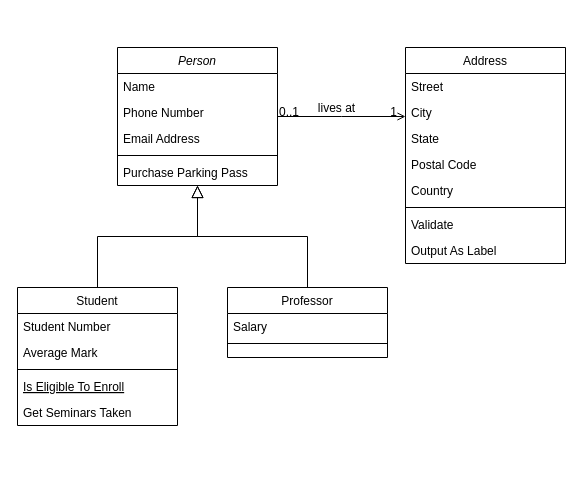
Before: Diagrama sem nome.drawio in gustavo-plc/atlas, a draw.io diagram. Source tidied: cells renumbered, new cells numbered last; positions are measured from the earlier drawing's top-left corner, leaving out a move shared by most shapes. Both pictures are drawn from the tidied source at 100%, with x=0, y=0 at pixel (17, 47).
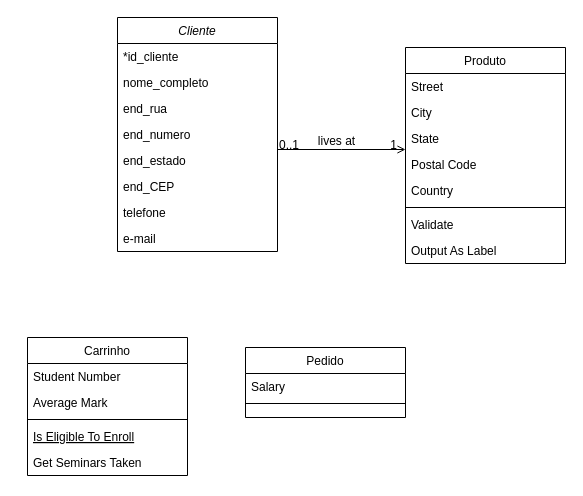
The same page after the edit.

Change to the diagram source:
```diff
@@
-    <mxCell id="2" value="Person" style="swimlane;fontStyle=2;align=center;verticalAlign=top;horizontal=1;startSize=26;rounded=0;shadow=0;strokeWidth=1;" parent="1" vertex="1">
-      <mxGeometry x="100" width="160" height="138" as="geometry" />
+    <mxCell id="2" value="Cliente" style="swimlane;fontStyle=2;align=center;verticalAlign=top;horizontal=1;startSize=26;rounded=0;shadow=0;strokeWidth=1;" parent="1" vertex="1">
+      <mxGeometry x="100" y="-30" width="160" height="234" as="geometry" />
     </mxCell>
-    <mxCell id="3" value="Name" style="text;align=left;verticalAlign=top;spacingLeft=4;spacingRight=4;overflow=hidden;" parent="2" vertex="1">
+    <mxCell id="3" value="*id_cliente" style="text;align=left;verticalAlign=top;spacingLeft=4;spacingRight=4;overflow=hidden;" parent="2" vertex="1">
       <mxGeometry y="26" width="160" height="26" as="geometry" />
     </mxCell>
-    <mxCell id="4" value="Phone Number" style="text;align=left;verticalAlign=top;spacingLeft=4;spacingRight=4;overflow=hidden;rounded=0;shadow=0;html=0;" parent="2" vertex="1">
+    <mxCell id="4" value="nome_completo" style="text;align=left;verticalAlign=top;spacingLeft=4;spacingRight=4;overflow=hidden;rounded=0;shadow=0;html=0;" parent="2" vertex="1">
       <mxGeometry y="52" width="160" height="26" as="geometry" />
     </mxCell>
-    <mxCell id="5" value="Email Address" style="text;align=left;verticalAlign=top;spacingLeft=4;spacingRight=4;overflow=hidden;rounded=0;shadow=0;html=0;" parent="2" vertex="1">
+    <mxCell id="5" value="end_rua" style="text;align=left;verticalAlign=top;spacingLeft=4;spacingRight=4;overflow=hidden;rounded=0;shadow=0;html=0;" parent="2" vertex="1">
       <mxGeometry y="78" width="160" height="26" as="geometry" />
     </mxCell>
-    <mxCell id="6" style="line;html=1;strokeWidth=1;align=left;verticalAlign=middle;spacingTop=-1;spacingLeft=3;spacingRight=3;labelPosition=right;" parent="2" vertex="1">
-      <mxGeometry y="104" width="160" height="8" as="geometry" />
-    </mxCell>
-    <mxCell id="7" value="Purchase Parking Pass" style="text;align=left;verticalAlign=top;spacingLeft=4;spacingRight=4;overflow=hidden;" parent="2" vertex="1">
-      <mxGeometry y="112" width="160" height="26" as="geometry" />
+    <mxCell id="7" value="end_numero" style="text;align=left;verticalAlign=top;spacingLeft=4;spacingRight=4;overflow=hidden;" parent="2" vertex="1">
+      <mxGeometry y="104" width="160" height="26" as="geometry" />
     </mxCell>
+    <mxCell id="32" value="end_estado" style="text;align=left;verticalAlign=top;spacingLeft=4;spacingRight=4;overflow=hidden;" parent="2" vertex="1">
+      <mxGeometry y="130" width="160" height="26" as="geometry" />
+    </mxCell>
+    <mxCell id="33" value="end_CEP" style="text;align=left;verticalAlign=top;spacingLeft=4;spacingRight=4;overflow=hidden;" parent="2" vertex="1">
+      <mxGeometry y="156" width="160" height="26" as="geometry" />
+    </mxCell>
+    <mxCell id="34" value="telefone" style="text;align=left;verticalAlign=top;spacingLeft=4;spacingRight=4;overflow=hidden;" parent="2" vertex="1">
+      <mxGeometry y="182" width="160" height="26" as="geometry" />
+    </mxCell>
+    <mxCell id="35" value="e-mail" style="text;align=left;verticalAlign=top;spacingLeft=4;spacingRight=4;overflow=hidden;" parent="2" vertex="1">
+      <mxGeometry y="208" width="160" height="26" as="geometry" />
+    </mxCell>
-    <mxCell id="8" value="Student" style="swimlane;fontStyle=0;align=center;verticalAlign=top;horizontal=1;startSize=26;rounded=0;shadow=0;strokeWidth=1;" parent="1" vertex="1">
-      <mxGeometry y="240" width="160" height="138" as="geometry" />
+    <mxCell id="8" value="Carrinho" style="swimlane;fontStyle=0;align=center;verticalAlign=top;horizontal=1;startSize=26;rounded=0;shadow=0;strokeWidth=1;" parent="1" vertex="1">
+      <mxGeometry x="10" y="290" width="160" height="138" as="geometry" />
     </mxCell>
@@
-    <mxCell id="14" style="endArrow=block;endSize=10;endFill=0;shadow=0;strokeWidth=1;rounded=0;edgeStyle=elbowEdgeStyle;elbow=vertical;" parent="1" edge="1" source="8" target="2">
-      <mxGeometry relative="1" as="geometry" />
-    </mxCell>
-    <mxCell id="15" value="Professor" style="swimlane;fontStyle=0;align=center;verticalAlign=top;horizontal=1;startSize=26;rounded=0;shadow=0;strokeWidth=1;" parent="1" vertex="1">
-      <mxGeometry x="210" y="240" width="160" height="70" as="geometry" />
+    <mxCell id="15" value="Pedido" style="swimlane;fontStyle=0;align=center;verticalAlign=top;horizontal=1;startSize=26;rounded=0;shadow=0;strokeWidth=1;" parent="1" vertex="1">
+      <mxGeometry x="228" y="300" width="160" height="70" as="geometry" />
     </mxCell>
@@
-    <mxCell id="18" style="endArrow=block;endSize=10;endFill=0;shadow=0;strokeWidth=1;rounded=0;edgeStyle=elbowEdgeStyle;elbow=vertical;" parent="1" edge="1" source="15" target="2">
-      <mxGeometry relative="1" as="geometry" />
-    </mxCell>
-    <mxCell id="19" value="Address" style="swimlane;fontStyle=0;align=center;verticalAlign=top;horizontal=1;startSize=26;rounded=0;shadow=0;strokeWidth=1;" parent="1" vertex="1">
+    <mxCell id="19" value="Produto" style="swimlane;fontStyle=0;align=center;verticalAlign=top;horizontal=1;startSize=26;rounded=0;shadow=0;strokeWidth=1;" parent="1" vertex="1">
       <mxGeometry x="388" width="160" height="216" as="geometry" />
     </mxCell>
```
